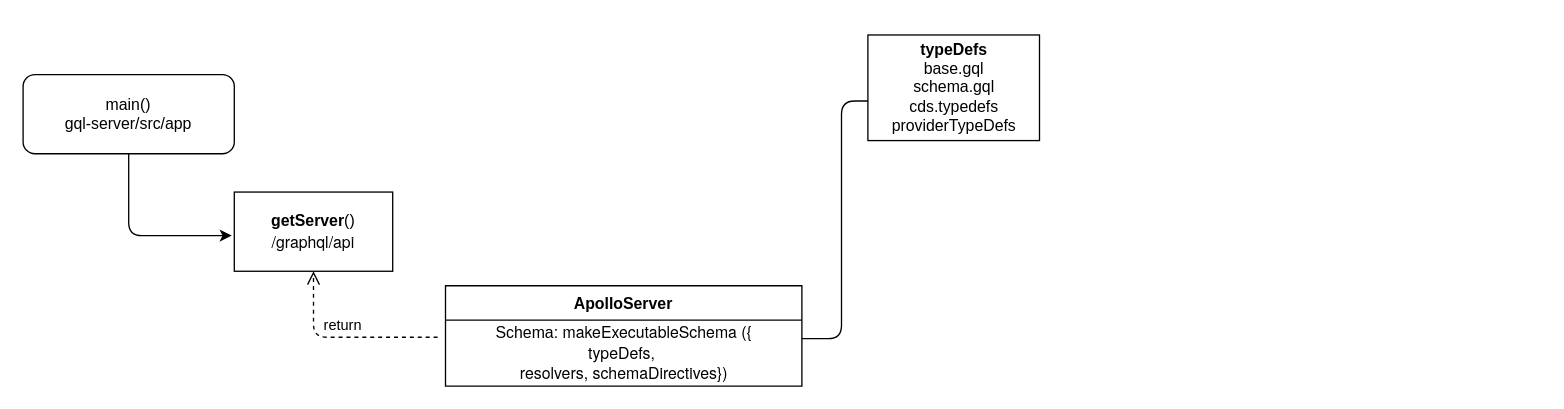
raghukoppal/JS-repo keeps this draw.io diagram as EntitlementsGQL.drawio. Above is the earlier version. Source tidied: cells renumbered, new cells numbered last; positions are measured from the earlier drawing's top-left corner, leaving out a move shared by most shapes. Both pictures are drawn from the tidied source at 132%, with x=0, y=0 at pixel (22, 34).
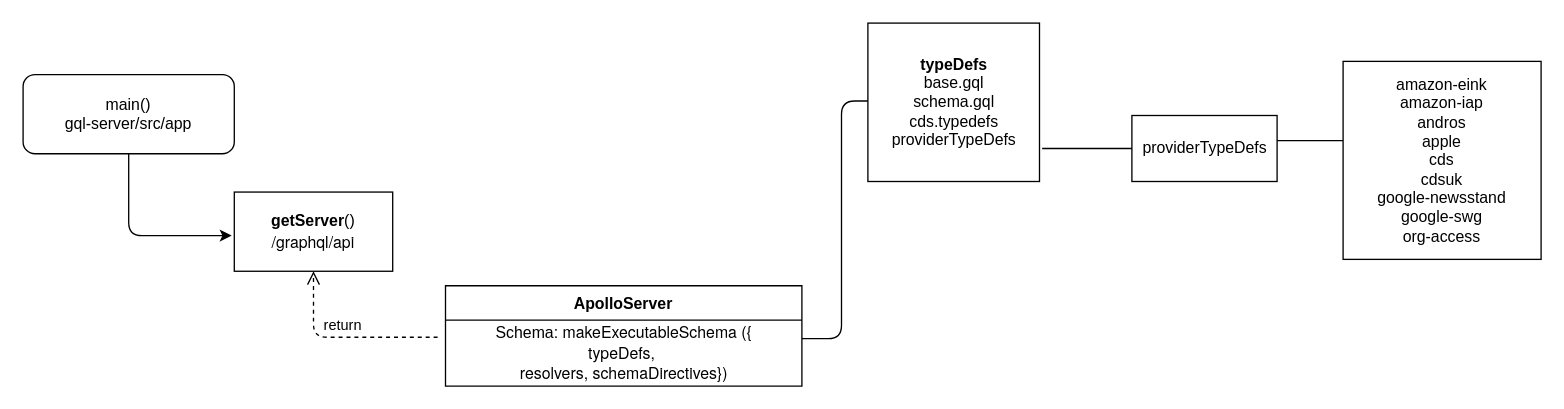
Above is the later version.

The edit, as a diff of the source:
```diff
@@
     <mxCell id="8" value="&lt;b&gt;typeDefs&lt;/b&gt;&lt;br&gt;base.gql&lt;br&gt;schema.gql&lt;br&gt;cds.typedefs&lt;br&gt;providerTypeDefs" style="html=1;" parent="1" vertex="1">
-      <mxGeometry x="640" width="130" height="80" as="geometry" />
+      <mxGeometry x="640" y="-9" width="130" height="120" as="geometry" />
     </mxCell>
@@
+    <mxCell id="10" value="providerTypeDefs" style="html=1;" parent="1" vertex="1">
+      <mxGeometry x="840" y="61" width="110" height="50" as="geometry" />
+    </mxCell>
+    <mxCell id="11" style="endArrow=none;html=1;entryX=0;entryY=0.5;entryDx=0;entryDy=0;" parent="1" edge="1" target="10">
+      <mxGeometry relative="1" as="geometry">
+        <mxPoint x="772" y="86" as="sourcePoint" />
+      </mxGeometry>
+    </mxCell>
+    <mxCell id="12" value="amazon-eink&lt;br&gt;amazon-iap&lt;br&gt;andros&lt;br&gt;apple&lt;br&gt;cds&lt;br&gt;cdsuk&lt;br&gt;google-newsstand&lt;br&gt;google-swg&lt;br&gt;org-access" style="whiteSpace=wrap;html=1;" parent="1" vertex="1">
+      <mxGeometry x="1000" y="20" width="150" height="150" as="geometry" />
+    </mxCell>
+    <mxCell id="13" style="endArrow=none;html=1;entryX=0;entryY=0.4;entryDx=0;entryDy=0;entryPerimeter=0;" parent="1" edge="1" target="12">
+      <mxGeometry relative="1" as="geometry">
+        <mxPoint x="950" y="80" as="sourcePoint" />
+      </mxGeometry>
+    </mxCell>
```
